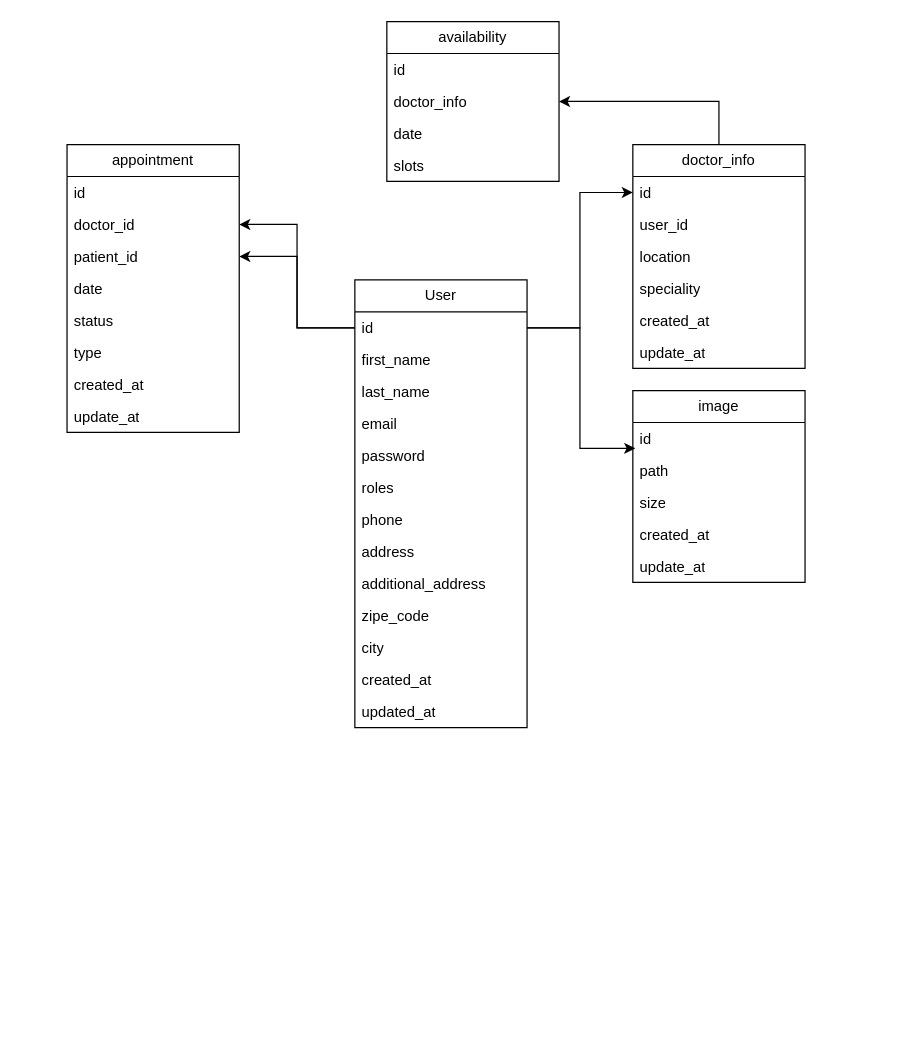
Above: Diagramme sans nom.drawio in CodeQuasarr/doc_on_time_api (draw.io), before the change. Source tidied: cells renumbered, new cells numbered last; positions are measured from the earlier drawing's top-left corner, leaving out a move shared by most shapes. Both pictures are drawn from the tidied source at 123%, with x=0, y=0 at pixel (66, 21).
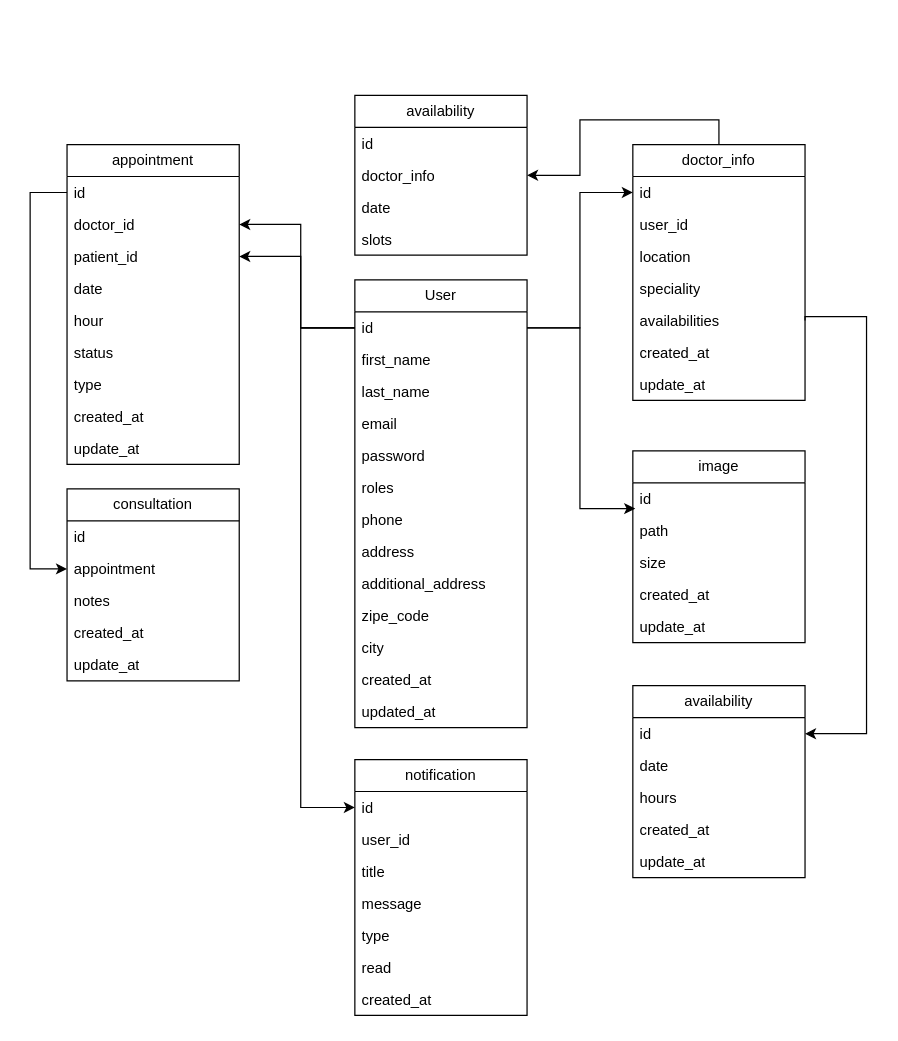
The same diagram, later.

Commit message:
Mettre à jour Diagramme sans nom.drawio

The change refers to these unchanged cells:
```xml
<mxCell id="3" value="id" style="text;strokeColor=none;fillColor=none;align=left;verticalAlign=top;spacingLeft=4;spacingRight=4;overflow=hidden;points=[[0,0.5],[1,0.5]];portConstraint=eastwest;whiteSpace=wrap;html=1;" parent="2" vertex="1">
  <mxGeometry y="26" width="140" height="26" as="geometry" />
</mxCell>
<mxCell id="25" value="id" style="text;strokeColor=none;fillColor=none;align=left;verticalAlign=top;spacingLeft=4;spacingRight=4;overflow=hidden;points=[[0,0.5],[1,0.5]];portConstraint=eastwest;whiteSpace=wrap;html=1;" parent="24" vertex="1">
  <mxGeometry y="26" width="140" height="26" as="geometry" />
</mxCell>
<mxCell id="26" value="doctor_id" style="text;strokeColor=none;fillColor=none;align=left;verticalAlign=top;spacingLeft=4;spacingRight=4;overflow=hidden;points=[[0,0.5],[1,0.5]];portConstraint=eastwest;whiteSpace=wrap;html=1;" parent="24" vertex="1">
  <mxGeometry y="52" width="140" height="26" as="geometry" />
</mxCell>
<mxCell id="27" value="patient_id" style="text;strokeColor=none;fillColor=none;align=left;verticalAlign=top;spacingLeft=4;spacingRight=4;overflow=hidden;points=[[0,0.5],[1,0.5]];portConstraint=eastwest;whiteSpace=wrap;html=1;" parent="24" vertex="1">
  <mxGeometry y="78" width="140" height="26" as="geometry" />
</mxCell>
```

What changed in the source:
```diff
@@
     <mxCell id="17" value="doctor_info" style="swimlane;fontStyle=0;horizontal=1;startSize=26;fillColor=none;whiteSpace=wrap;html=1;" parent="1" vertex="1">
-      <mxGeometry x="460" y="100" width="140" height="182" as="geometry" />
+      <mxGeometry x="460" y="100" width="140" height="208" as="geometry" />
     </mxCell>
@@
+    <mxCell id="48" value="availabilities" style="text;strokeColor=none;fillColor=none;align=left;verticalAlign=top;spacingLeft=4;spacingRight=4;overflow=hidden;points=[[0,0.5],[1,0.5]];portConstraint=eastwest;whiteSpace=wrap;html=1;" parent="17" vertex="1">
+      <mxGeometry y="130" width="140" height="26" as="geometry" />
+    </mxCell>
     <mxCell id="22" value="created_at" style="text;strokeColor=none;fillColor=none;align=left;verticalAlign=top;spacingLeft=4;spacingRight=4;overflow=hidden;whiteSpace=wrap;html=1;" parent="17" vertex="1">
-      <mxGeometry y="130" width="140" height="26" as="geometry" />
+      <mxGeometry y="156" width="140" height="26" as="geometry" />
     </mxCell>
     <mxCell id="23" value="update_at" style="text;strokeColor=none;fillColor=none;align=left;verticalAlign=top;spacingLeft=4;spacingRight=4;overflow=hidden;whiteSpace=wrap;html=1;" parent="17" vertex="1">
-      <mxGeometry y="156" width="140" height="26" as="geometry" />
+      <mxGeometry y="182" width="140" height="26" as="geometry" />
     </mxCell>
     <mxCell id="24" value="appointment" style="swimlane;fontStyle=0;horizontal=1;startSize=26;fillColor=none;whiteSpace=wrap;html=1;" parent="1" vertex="1">
-      <mxGeometry y="100" width="140" height="234" as="geometry" />
+      <mxGeometry y="100" width="140" height="260" as="geometry" />
     </mxCell>
@@
+    <mxCell id="49" value="hour" style="text;strokeColor=none;fillColor=none;align=left;verticalAlign=top;spacingLeft=4;spacingRight=4;overflow=hidden;whiteSpace=wrap;html=1;" parent="24" vertex="1">
+      <mxGeometry y="130" width="140" height="26" as="geometry" />
+    </mxCell>
     <mxCell id="29" value="status" style="text;strokeColor=none;fillColor=none;align=left;verticalAlign=top;spacingLeft=4;spacingRight=4;overflow=hidden;whiteSpace=wrap;html=1;" parent="24" vertex="1">
-      <mxGeometry y="130" width="140" height="26" as="geometry" />
+      <mxGeometry y="156" width="140" height="26" as="geometry" />
     </mxCell>
     <mxCell id="30" value="type" style="text;strokeColor=none;fillColor=none;align=left;verticalAlign=top;spacingLeft=4;spacingRight=4;overflow=hidden;whiteSpace=wrap;html=1;" parent="24" vertex="1">
-      <mxGeometry y="156" width="140" height="26" as="geometry" />
+      <mxGeometry y="182" width="140" height="26" as="geometry" />
     </mxCell>
     <mxCell id="31" value="created_at" style="text;strokeColor=none;fillColor=none;align=left;verticalAlign=top;spacingLeft=4;spacingRight=4;overflow=hidden;whiteSpace=wrap;html=1;" parent="24" vertex="1">
-      <mxGeometry y="182" width="140" height="26" as="geometry" />
+      <mxGeometry y="208" width="140" height="26" as="geometry" />
     </mxCell>
     <mxCell id="32" value="update_at" style="text;strokeColor=none;fillColor=none;align=left;verticalAlign=top;spacingLeft=4;spacingRight=4;overflow=hidden;whiteSpace=wrap;html=1;" parent="24" vertex="1">
-      <mxGeometry y="208" width="140" height="26" as="geometry" />
+      <mxGeometry y="234" width="140" height="26" as="geometry" />
     </mxCell>
     <mxCell id="33" style="edgeStyle=orthogonalEdgeStyle;rounded=0;jettySize=auto;html=1;exitX=0;exitY=0.5;exitDx=0;exitDy=0;entryX=1;entryY=0.5;entryDx=0;entryDy=0;" parent="1" edge="1" source="3" target="26">
-      <mxGeometry relative="1" as="geometry" />
+      <mxGeometry relative="1" as="geometry">
+        <Array as="points">
+          <mxPoint x="190" y="249" />
+          <mxPoint x="190" y="165" />
+        </Array>
+      </mxGeometry>
     </mxCell>
     <mxCell id="34" style="edgeStyle=orthogonalEdgeStyle;rounded=0;jettySize=auto;html=1;entryX=1;entryY=0.5;entryDx=0;entryDy=0;" parent="1" edge="1" source="3" target="27">
-      <mxGeometry relative="1" as="geometry" />
+      <mxGeometry relative="1" as="geometry">
+        <Array as="points">
+          <mxPoint x="190" y="249" />
+          <mxPoint x="190" y="191" />
+        </Array>
+      </mxGeometry>
     </mxCell>
     <mxCell id="35" value="availability" style="swimlane;fontStyle=0;horizontal=1;startSize=26;fillColor=none;whiteSpace=wrap;html=1;" parent="1" vertex="1">
-      <mxGeometry x="260" width="140" height="130" as="geometry" />
+      <mxGeometry x="234" y="60" width="140" height="130" as="geometry" />
     </mxCell>
@@
     <mxCell id="41" value="image" style="swimlane;fontStyle=0;horizontal=1;startSize=26;fillColor=none;whiteSpace=wrap;html=1;" parent="1" vertex="1">
-      <mxGeometry x="460" y="300" width="140" height="156" as="geometry" />
+      <mxGeometry x="460" y="349" width="140" height="156" as="geometry" />
     </mxCell>
@@
+    <mxCell id="50" value="consultation" style="swimlane;fontStyle=0;horizontal=1;startSize=26;fillColor=none;whiteSpace=wrap;html=1;" parent="1" vertex="1">
+      <mxGeometry y="380" width="140" height="156" as="geometry" />
+    </mxCell>
+    <mxCell id="51" value="id" style="text;strokeColor=none;fillColor=none;align=left;verticalAlign=top;spacingLeft=4;spacingRight=4;overflow=hidden;whiteSpace=wrap;html=1;" parent="50" vertex="1">
+      <mxGeometry y="26" width="140" height="26" as="geometry" />
+    </mxCell>
+    <mxCell id="52" value="appointment" style="text;strokeColor=none;fillColor=none;align=left;verticalAlign=top;spacingLeft=4;spacingRight=4;overflow=hidden;points=[[0,0.5],[1,0.5]];portConstraint=eastwest;whiteSpace=wrap;html=1;" parent="50" vertex="1">
+      <mxGeometry y="52" width="140" height="26" as="geometry" />
+    </mxCell>
+    <mxCell id="53" value="notes" style="text;strokeColor=none;fillColor=none;align=left;verticalAlign=top;spacingLeft=4;spacingRight=4;overflow=hidden;whiteSpace=wrap;html=1;" parent="50" vertex="1">
+      <mxGeometry y="78" width="140" height="26" as="geometry" />
+    </mxCell>
+    <mxCell id="54" value="created_at" style="text;strokeColor=none;fillColor=none;align=left;verticalAlign=top;spacingLeft=4;spacingRight=4;overflow=hidden;whiteSpace=wrap;html=1;" parent="50" vertex="1">
+      <mxGeometry y="104" width="140" height="26" as="geometry" />
+    </mxCell>
+    <mxCell id="55" value="update_at" style="text;strokeColor=none;fillColor=none;align=left;verticalAlign=top;spacingLeft=4;spacingRight=4;overflow=hidden;whiteSpace=wrap;html=1;" parent="50" vertex="1">
+      <mxGeometry y="130" width="140" height="26" as="geometry" />
+    </mxCell>
+    <mxCell id="56" style="edgeStyle=orthogonalEdgeStyle;rounded=0;jettySize=auto;html=1;entryX=0;entryY=0.5;entryDx=0;entryDy=0;" parent="1" edge="1" source="25" target="52">
+      <mxGeometry relative="1" as="geometry">
+        <Array as="points">
+          <mxPoint x="-30" y="139" />
+          <mxPoint x="-30" y="445" />
+        </Array>
+      </mxGeometry>
+    </mxCell>
+    <mxCell id="57" value="availability" style="swimlane;fontStyle=0;horizontal=1;startSize=26;fillColor=none;whiteSpace=wrap;html=1;" parent="1" vertex="1">
+      <mxGeometry x="460" y="540" width="140" height="156" as="geometry" />
+    </mxCell>
+    <mxCell id="58" value="id" style="text;strokeColor=none;fillColor=none;align=left;verticalAlign=top;spacingLeft=4;spacingRight=4;overflow=hidden;points=[[0,0.5],[1,0.5]];portConstraint=eastwest;whiteSpace=wrap;html=1;" parent="57" vertex="1">
+      <mxGeometry y="26" width="140" height="26" as="geometry" />
+    </mxCell>
+    <mxCell id="59" value="date" style="text;strokeColor=none;fillColor=none;align=left;verticalAlign=top;spacingLeft=4;spacingRight=4;overflow=hidden;whiteSpace=wrap;html=1;" parent="57" vertex="1">
+      <mxGeometry y="52" width="140" height="26" as="geometry" />
+    </mxCell>
+    <mxCell id="60" value="hours" style="text;strokeColor=none;fillColor=none;align=left;verticalAlign=top;spacingLeft=4;spacingRight=4;overflow=hidden;whiteSpace=wrap;html=1;" parent="57" vertex="1">
+      <mxGeometry y="78" width="140" height="26" as="geometry" />
+    </mxCell>
+    <mxCell id="61" value="created_at" style="text;strokeColor=none;fillColor=none;align=left;verticalAlign=top;spacingLeft=4;spacingRight=4;overflow=hidden;whiteSpace=wrap;html=1;" parent="57" vertex="1">
+      <mxGeometry y="104" width="140" height="26" as="geometry" />
+    </mxCell>
+    <mxCell id="62" value="update_at" style="text;strokeColor=none;fillColor=none;align=left;verticalAlign=top;spacingLeft=4;spacingRight=4;overflow=hidden;whiteSpace=wrap;html=1;" parent="57" vertex="1">
+      <mxGeometry y="130" width="140" height="26" as="geometry" />
+    </mxCell>
+    <mxCell id="63" style="edgeStyle=orthogonalEdgeStyle;rounded=0;jettySize=auto;html=1;exitX=1;exitY=0.5;exitDx=0;exitDy=0;entryX=1;entryY=0.5;entryDx=0;entryDy=0;" parent="1" edge="1" source="48" target="58">
+      <mxGeometry relative="1" as="geometry">
+        <Array as="points">
+          <mxPoint x="600" y="240" />
+          <mxPoint x="650" y="240" />
+          <mxPoint x="650" y="579" />
+        </Array>
+      </mxGeometry>
+    </mxCell>
+    <mxCell id="64" value="notification" style="swimlane;fontStyle=0;horizontal=1;startSize=26;fillColor=none;whiteSpace=wrap;html=1;" parent="1" vertex="1">
+      <mxGeometry x="234" y="600" width="140" height="208" as="geometry" />
+    </mxCell>
+    <mxCell id="65" value="id" style="text;strokeColor=none;fillColor=none;align=left;verticalAlign=top;spacingLeft=4;spacingRight=4;overflow=hidden;points=[[0,0.5],[1,0.5]];portConstraint=eastwest;whiteSpace=wrap;html=1;" parent="64" vertex="1">
+      <mxGeometry y="26" width="140" height="26" as="geometry" />
+    </mxCell>
+    <mxCell id="66" value="user_id" style="text;strokeColor=none;fillColor=none;align=left;verticalAlign=top;spacingLeft=4;spacingRight=4;overflow=hidden;whiteSpace=wrap;html=1;" parent="64" vertex="1">
+      <mxGeometry y="52" width="140" height="26" as="geometry" />
+    </mxCell>
+    <mxCell id="67" value="title" style="text;strokeColor=none;fillColor=none;align=left;verticalAlign=top;spacingLeft=4;spacingRight=4;overflow=hidden;whiteSpace=wrap;html=1;" parent="64" vertex="1">
+      <mxGeometry y="78" width="140" height="26" as="geometry" />
+    </mxCell>
+    <mxCell id="68" value="message" style="text;strokeColor=none;fillColor=none;align=left;verticalAlign=top;spacingLeft=4;spacingRight=4;overflow=hidden;whiteSpace=wrap;html=1;" parent="64" vertex="1">
+      <mxGeometry y="104" width="140" height="26" as="geometry" />
+    </mxCell>
+    <mxCell id="69" value="type" style="text;strokeColor=none;fillColor=none;align=left;verticalAlign=top;spacingLeft=4;spacingRight=4;overflow=hidden;whiteSpace=wrap;html=1;" parent="64" vertex="1">
+      <mxGeometry y="130" width="140" height="26" as="geometry" />
+    </mxCell>
+    <mxCell id="70" value="read" style="text;strokeColor=none;fillColor=none;align=left;verticalAlign=top;spacingLeft=4;spacingRight=4;overflow=hidden;whiteSpace=wrap;html=1;" parent="64" vertex="1">
+      <mxGeometry y="156" width="140" height="26" as="geometry" />
+    </mxCell>
+    <mxCell id="71" value="created_at" style="text;strokeColor=none;fillColor=none;align=left;verticalAlign=top;spacingLeft=4;spacingRight=4;overflow=hidden;whiteSpace=wrap;html=1;" parent="64" vertex="1">
+      <mxGeometry y="182" width="140" height="26" as="geometry" />
+    </mxCell>
+    <mxCell id="72" style="edgeStyle=orthogonalEdgeStyle;rounded=0;jettySize=auto;html=1;exitX=0;exitY=0.5;exitDx=0;exitDy=0;entryX=0;entryY=0.5;entryDx=0;entryDy=0;" parent="1" edge="1" source="3" target="65">
+      <mxGeometry relative="1" as="geometry">
+        <Array as="points">
+          <mxPoint x="190" y="249" />
+          <mxPoint x="190" y="639" />
+        </Array>
+      </mxGeometry>
+    </mxCell>
```
